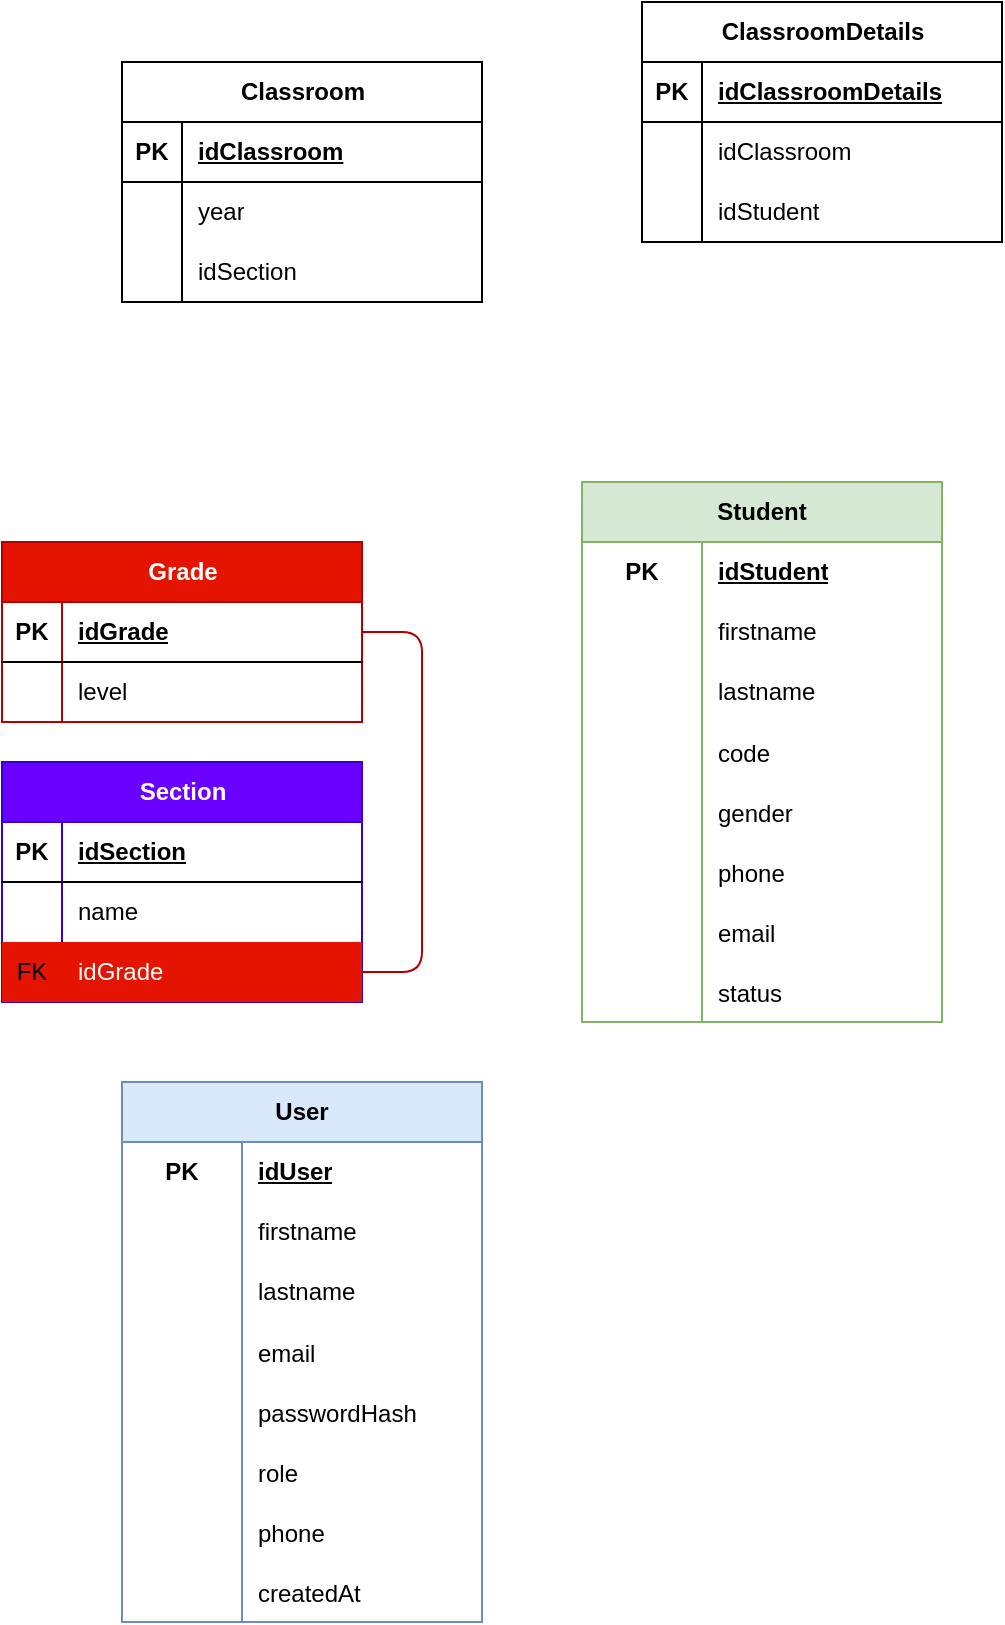
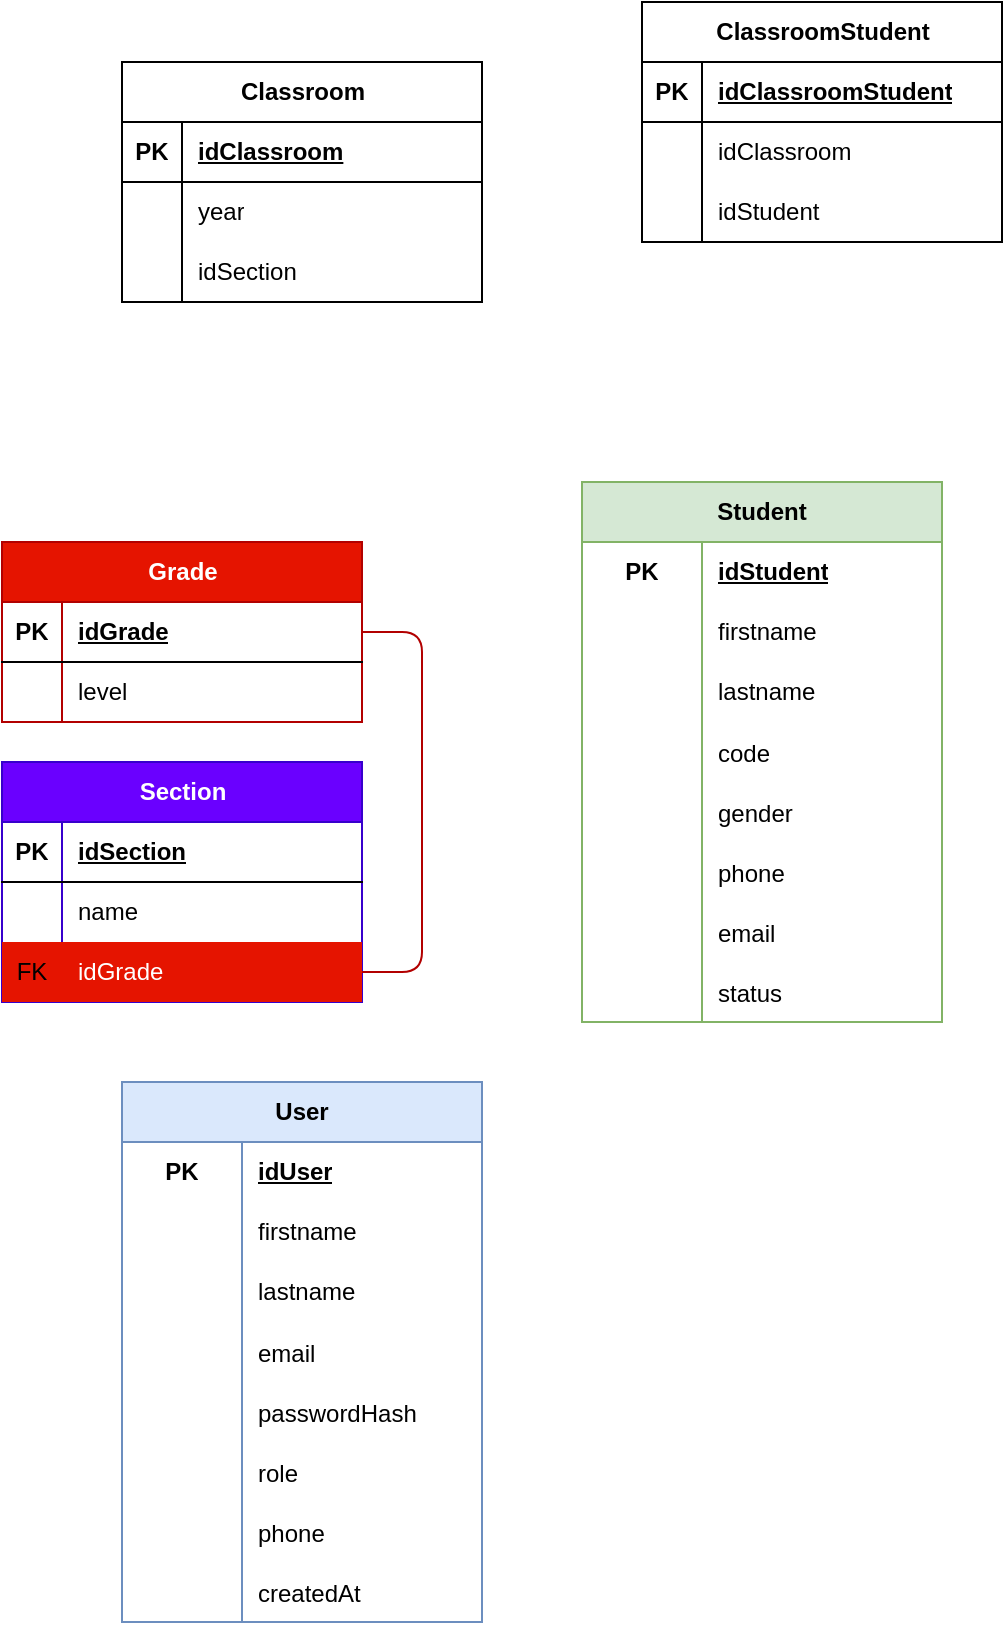
<mxfile host="65bd71144e">
    <diagram id="Q-HsFVU5apfVmzlziGbx" name="Página-1">
-         <mxGraphModel dx="937" dy="1681" grid="1" gridSize="10" guides="1" tooltips="1" connect="1" arrows="1" fold="1" page="1" pageScale="1" pageWidth="827" pageHeight="1169" math="0" shadow="0">
+         <mxGraphModel dx="923" dy="1414" grid="1" gridSize="10" guides="1" tooltips="1" connect="1" arrows="1" fold="1" page="1" pageScale="1" pageWidth="827" pageHeight="1169" math="0" shadow="0">
            <root>
                <mxCell id="0"/>
                <mxCell id="1" parent="0"/>
                <mxCell id="4" value="User" style="shape=table;startSize=30;container=1;collapsible=1;childLayout=tableLayout;fixedRows=1;rowLines=0;fontStyle=1;align=center;resizeLast=1;html=1;whiteSpace=wrap;fillColor=#dae8fc;strokeColor=#6c8ebf;" parent="1" vertex="1">
                    <mxGeometry x="70" y="480" width="180" height="270" as="geometry"/>
                </mxCell>
                <mxCell id="5" value="" style="shape=tableRow;horizontal=0;startSize=0;swimlaneHead=0;swimlaneBody=0;fillColor=none;collapsible=0;dropTarget=0;points=[[0,0.5],[1,0.5]];portConstraint=eastwest;top=0;left=0;right=0;bottom=0;html=1;" parent="4" vertex="1">
                    <mxGeometry y="30" width="180" height="30" as="geometry"/>
                </mxCell>
                <mxCell id="6" value="PK" style="shape=partialRectangle;connectable=0;fillColor=none;top=0;left=0;bottom=0;right=0;fontStyle=1;overflow=hidden;html=1;whiteSpace=wrap;" parent="5" vertex="1">
                    <mxGeometry width="60" height="30" as="geometry">
                        <mxRectangle width="60" height="30" as="alternateBounds"/>
                    </mxGeometry>
                </mxCell>
                <mxCell id="7" value="idUser" style="shape=partialRectangle;connectable=0;fillColor=none;top=0;left=0;bottom=0;right=0;align=left;spacingLeft=6;fontStyle=5;overflow=hidden;html=1;whiteSpace=wrap;" parent="5" vertex="1">
                    <mxGeometry x="60" width="120" height="30" as="geometry">
                        <mxRectangle width="120" height="30" as="alternateBounds"/>
                    </mxGeometry>
                </mxCell>
                <mxCell id="11" value="" style="shape=tableRow;horizontal=0;startSize=0;swimlaneHead=0;swimlaneBody=0;fillColor=none;collapsible=0;dropTarget=0;points=[[0,0.5],[1,0.5]];portConstraint=eastwest;top=0;left=0;right=0;bottom=0;html=1;" parent="4" vertex="1">
                    <mxGeometry y="60" width="180" height="30" as="geometry"/>
                </mxCell>
                <mxCell id="12" value="" style="shape=partialRectangle;connectable=0;fillColor=none;top=0;left=0;bottom=0;right=0;editable=1;overflow=hidden;html=1;whiteSpace=wrap;" parent="11" vertex="1">
                    <mxGeometry width="60" height="30" as="geometry">
                        <mxRectangle width="60" height="30" as="alternateBounds"/>
                    </mxGeometry>
                </mxCell>
                <mxCell id="13" value="firstname" style="shape=partialRectangle;connectable=0;fillColor=none;top=0;left=0;bottom=0;right=0;align=left;spacingLeft=6;overflow=hidden;html=1;whiteSpace=wrap;" parent="11" vertex="1">
                    <mxGeometry x="60" width="120" height="30" as="geometry">
                        <mxRectangle width="120" height="30" as="alternateBounds"/>
                    </mxGeometry>
                </mxCell>
                <mxCell id="14" value="" style="shape=tableRow;horizontal=0;startSize=0;swimlaneHead=0;swimlaneBody=0;fillColor=none;collapsible=0;dropTarget=0;points=[[0,0.5],[1,0.5]];portConstraint=eastwest;top=0;left=0;right=0;bottom=0;html=1;" parent="4" vertex="1">
                    <mxGeometry y="90" width="180" height="30" as="geometry"/>
                </mxCell>
                <mxCell id="15" value="" style="shape=partialRectangle;connectable=0;fillColor=none;top=0;left=0;bottom=0;right=0;editable=1;overflow=hidden;html=1;whiteSpace=wrap;" parent="14" vertex="1">
                    <mxGeometry width="60" height="30" as="geometry">
                        <mxRectangle width="60" height="30" as="alternateBounds"/>
                    </mxGeometry>
                </mxCell>
                <mxCell id="16" value="lastname" style="shape=partialRectangle;connectable=0;fillColor=none;top=0;left=0;bottom=0;right=0;align=left;spacingLeft=6;overflow=hidden;html=1;whiteSpace=wrap;" parent="14" vertex="1">
                    <mxGeometry x="60" width="120" height="30" as="geometry">
                        <mxRectangle width="120" height="30" as="alternateBounds"/>
                    </mxGeometry>
                </mxCell>
                <mxCell id="76" value="" style="shape=tableRow;horizontal=0;startSize=0;swimlaneHead=0;swimlaneBody=0;fillColor=none;collapsible=0;dropTarget=0;points=[[0,0.5],[1,0.5]];portConstraint=eastwest;top=0;left=0;right=0;bottom=0;" parent="4" vertex="1">
                    <mxGeometry y="120" width="180" height="30" as="geometry"/>
                </mxCell>
                <mxCell id="77" value="" style="shape=partialRectangle;connectable=0;fillColor=none;top=0;left=0;bottom=0;right=0;editable=1;overflow=hidden;" parent="76" vertex="1">
                    <mxGeometry width="60" height="30" as="geometry">
                        <mxRectangle width="60" height="30" as="alternateBounds"/>
                    </mxGeometry>
                </mxCell>
                <mxCell id="78" value="email" style="shape=partialRectangle;connectable=0;fillColor=none;top=0;left=0;bottom=0;right=0;align=left;spacingLeft=6;overflow=hidden;" parent="76" vertex="1">
                    <mxGeometry x="60" width="120" height="30" as="geometry">
                        <mxRectangle width="120" height="30" as="alternateBounds"/>
                    </mxGeometry>
                </mxCell>
                <mxCell id="79" value="" style="shape=tableRow;horizontal=0;startSize=0;swimlaneHead=0;swimlaneBody=0;fillColor=none;collapsible=0;dropTarget=0;points=[[0,0.5],[1,0.5]];portConstraint=eastwest;top=0;left=0;right=0;bottom=0;" parent="4" vertex="1">
                    <mxGeometry y="150" width="180" height="30" as="geometry"/>
                </mxCell>
                <mxCell id="80" value="" style="shape=partialRectangle;connectable=0;fillColor=none;top=0;left=0;bottom=0;right=0;editable=1;overflow=hidden;" parent="79" vertex="1">
                    <mxGeometry width="60" height="30" as="geometry">
                        <mxRectangle width="60" height="30" as="alternateBounds"/>
                    </mxGeometry>
                </mxCell>
                <mxCell id="81" value="passwordHash" style="shape=partialRectangle;connectable=0;fillColor=none;top=0;left=0;bottom=0;right=0;align=left;spacingLeft=6;overflow=hidden;" parent="79" vertex="1">
                    <mxGeometry x="60" width="120" height="30" as="geometry">
                        <mxRectangle width="120" height="30" as="alternateBounds"/>
                    </mxGeometry>
                </mxCell>
                <mxCell id="82" value="" style="shape=tableRow;horizontal=0;startSize=0;swimlaneHead=0;swimlaneBody=0;fillColor=none;collapsible=0;dropTarget=0;points=[[0,0.5],[1,0.5]];portConstraint=eastwest;top=0;left=0;right=0;bottom=0;" parent="4" vertex="1">
                    <mxGeometry y="180" width="180" height="30" as="geometry"/>
                </mxCell>
                <mxCell id="83" value="" style="shape=partialRectangle;connectable=0;fillColor=none;top=0;left=0;bottom=0;right=0;editable=1;overflow=hidden;" parent="82" vertex="1">
                    <mxGeometry width="60" height="30" as="geometry">
                        <mxRectangle width="60" height="30" as="alternateBounds"/>
                    </mxGeometry>
                </mxCell>
                <mxCell id="84" value="role" style="shape=partialRectangle;connectable=0;fillColor=none;top=0;left=0;bottom=0;right=0;align=left;spacingLeft=6;overflow=hidden;" parent="82" vertex="1">
                    <mxGeometry x="60" width="120" height="30" as="geometry">
                        <mxRectangle width="120" height="30" as="alternateBounds"/>
                    </mxGeometry>
                </mxCell>
                <mxCell id="249" value="" style="shape=tableRow;horizontal=0;startSize=0;swimlaneHead=0;swimlaneBody=0;fillColor=none;collapsible=0;dropTarget=0;points=[[0,0.5],[1,0.5]];portConstraint=eastwest;top=0;left=0;right=0;bottom=0;" parent="4" vertex="1">
                    <mxGeometry y="210" width="180" height="30" as="geometry"/>
                </mxCell>
                <mxCell id="250" value="" style="shape=partialRectangle;connectable=0;fillColor=none;top=0;left=0;bottom=0;right=0;editable=1;overflow=hidden;" parent="249" vertex="1">
                    <mxGeometry width="60" height="30" as="geometry">
                        <mxRectangle width="60" height="30" as="alternateBounds"/>
                    </mxGeometry>
                </mxCell>
                <mxCell id="251" value="phone" style="shape=partialRectangle;connectable=0;fillColor=none;top=0;left=0;bottom=0;right=0;align=left;spacingLeft=6;overflow=hidden;" parent="249" vertex="1">
                    <mxGeometry x="60" width="120" height="30" as="geometry">
                        <mxRectangle width="120" height="30" as="alternateBounds"/>
                    </mxGeometry>
                </mxCell>
                <mxCell id="85" value="" style="shape=tableRow;horizontal=0;startSize=0;swimlaneHead=0;swimlaneBody=0;fillColor=none;collapsible=0;dropTarget=0;points=[[0,0.5],[1,0.5]];portConstraint=eastwest;top=0;left=0;right=0;bottom=0;" parent="4" vertex="1">
                    <mxGeometry y="240" width="180" height="30" as="geometry"/>
                </mxCell>
                <mxCell id="86" value="" style="shape=partialRectangle;connectable=0;fillColor=none;top=0;left=0;bottom=0;right=0;editable=1;overflow=hidden;" parent="85" vertex="1">
                    <mxGeometry width="60" height="30" as="geometry">
                        <mxRectangle width="60" height="30" as="alternateBounds"/>
                    </mxGeometry>
                </mxCell>
                <mxCell id="87" value="createdAt" style="shape=partialRectangle;connectable=0;fillColor=none;top=0;left=0;bottom=0;right=0;align=left;spacingLeft=6;overflow=hidden;" parent="85" vertex="1">
                    <mxGeometry x="60" width="120" height="30" as="geometry">
                        <mxRectangle width="120" height="30" as="alternateBounds"/>
                    </mxGeometry>
                </mxCell>
                <mxCell id="17" value="Student" style="shape=table;startSize=30;container=1;collapsible=1;childLayout=tableLayout;fixedRows=1;rowLines=0;fontStyle=1;align=center;resizeLast=1;html=1;whiteSpace=wrap;fillColor=#d5e8d4;strokeColor=#82b366;" parent="1" vertex="1">
                    <mxGeometry x="300" y="180" width="180" height="270" as="geometry"/>
                </mxCell>
                <mxCell id="18" value="" style="shape=tableRow;horizontal=0;startSize=0;swimlaneHead=0;swimlaneBody=0;fillColor=none;collapsible=0;dropTarget=0;points=[[0,0.5],[1,0.5]];portConstraint=eastwest;top=0;left=0;right=0;bottom=0;html=1;" parent="17" vertex="1">
                    <mxGeometry y="30" width="180" height="30" as="geometry"/>
                </mxCell>
                <mxCell id="19" value="PK" style="shape=partialRectangle;connectable=0;fillColor=none;top=0;left=0;bottom=0;right=0;fontStyle=1;overflow=hidden;html=1;whiteSpace=wrap;" parent="18" vertex="1">
                    <mxGeometry width="60" height="30" as="geometry">
                        <mxRectangle width="60" height="30" as="alternateBounds"/>
                    </mxGeometry>
                </mxCell>
                <mxCell id="20" value="idStudent" style="shape=partialRectangle;connectable=0;fillColor=none;top=0;left=0;bottom=0;right=0;align=left;spacingLeft=6;fontStyle=5;overflow=hidden;html=1;whiteSpace=wrap;" parent="18" vertex="1">
                    <mxGeometry x="60" width="120" height="30" as="geometry">
                        <mxRectangle width="120" height="30" as="alternateBounds"/>
                    </mxGeometry>
                </mxCell>
                <mxCell id="21" value="" style="shape=tableRow;horizontal=0;startSize=0;swimlaneHead=0;swimlaneBody=0;fillColor=none;collapsible=0;dropTarget=0;points=[[0,0.5],[1,0.5]];portConstraint=eastwest;top=0;left=0;right=0;bottom=0;html=1;" parent="17" vertex="1">
                    <mxGeometry y="60" width="180" height="30" as="geometry"/>
                </mxCell>
                <mxCell id="22" value="" style="shape=partialRectangle;connectable=0;fillColor=none;top=0;left=0;bottom=0;right=0;editable=1;overflow=hidden;html=1;whiteSpace=wrap;" parent="21" vertex="1">
                    <mxGeometry width="60" height="30" as="geometry">
                        <mxRectangle width="60" height="30" as="alternateBounds"/>
                    </mxGeometry>
                </mxCell>
                <mxCell id="23" value="firstname" style="shape=partialRectangle;connectable=0;fillColor=none;top=0;left=0;bottom=0;right=0;align=left;spacingLeft=6;overflow=hidden;html=1;whiteSpace=wrap;" parent="21" vertex="1">
                    <mxGeometry x="60" width="120" height="30" as="geometry">
                        <mxRectangle width="120" height="30" as="alternateBounds"/>
                    </mxGeometry>
                </mxCell>
                <mxCell id="24" value="" style="shape=tableRow;horizontal=0;startSize=0;swimlaneHead=0;swimlaneBody=0;fillColor=none;collapsible=0;dropTarget=0;points=[[0,0.5],[1,0.5]];portConstraint=eastwest;top=0;left=0;right=0;bottom=0;html=1;" parent="17" vertex="1">
                    <mxGeometry y="90" width="180" height="30" as="geometry"/>
                </mxCell>
                <mxCell id="25" value="" style="shape=partialRectangle;connectable=0;fillColor=none;top=0;left=0;bottom=0;right=0;editable=1;overflow=hidden;html=1;whiteSpace=wrap;" parent="24" vertex="1">
                    <mxGeometry width="60" height="30" as="geometry">
                        <mxRectangle width="60" height="30" as="alternateBounds"/>
                    </mxGeometry>
                </mxCell>
                <mxCell id="26" value="lastname" style="shape=partialRectangle;connectable=0;fillColor=none;top=0;left=0;bottom=0;right=0;align=left;spacingLeft=6;overflow=hidden;html=1;whiteSpace=wrap;" parent="24" vertex="1">
                    <mxGeometry x="60" width="120" height="30" as="geometry">
                        <mxRectangle width="120" height="30" as="alternateBounds"/>
                    </mxGeometry>
                </mxCell>
                <mxCell id="91" value="" style="shape=tableRow;horizontal=0;startSize=0;swimlaneHead=0;swimlaneBody=0;fillColor=none;collapsible=0;dropTarget=0;points=[[0,0.5],[1,0.5]];portConstraint=eastwest;top=0;left=0;right=0;bottom=0;" parent="17" vertex="1">
                    <mxGeometry y="120" width="180" height="30" as="geometry"/>
                </mxCell>
                <mxCell id="92" value="" style="shape=partialRectangle;connectable=0;fillColor=none;top=0;left=0;bottom=0;right=0;editable=1;overflow=hidden;" parent="91" vertex="1">
                    <mxGeometry width="60" height="30" as="geometry">
                        <mxRectangle width="60" height="30" as="alternateBounds"/>
                    </mxGeometry>
                </mxCell>
                <mxCell id="93" value="code" style="shape=partialRectangle;connectable=0;fillColor=none;top=0;left=0;bottom=0;right=0;align=left;spacingLeft=6;overflow=hidden;" parent="91" vertex="1">
                    <mxGeometry x="60" width="120" height="30" as="geometry">
                        <mxRectangle width="120" height="30" as="alternateBounds"/>
                    </mxGeometry>
                </mxCell>
                <mxCell id="258" value="" style="shape=tableRow;horizontal=0;startSize=0;swimlaneHead=0;swimlaneBody=0;fillColor=none;collapsible=0;dropTarget=0;points=[[0,0.5],[1,0.5]];portConstraint=eastwest;top=0;left=0;right=0;bottom=0;" parent="17" vertex="1">
                    <mxGeometry y="150" width="180" height="30" as="geometry"/>
                </mxCell>
                <mxCell id="259" value="" style="shape=partialRectangle;connectable=0;fillColor=none;top=0;left=0;bottom=0;right=0;editable=1;overflow=hidden;" parent="258" vertex="1">
                    <mxGeometry width="60" height="30" as="geometry">
                        <mxRectangle width="60" height="30" as="alternateBounds"/>
                    </mxGeometry>
                </mxCell>
                <mxCell id="260" value="gender" style="shape=partialRectangle;connectable=0;fillColor=none;top=0;left=0;bottom=0;right=0;align=left;spacingLeft=6;overflow=hidden;" parent="258" vertex="1">
                    <mxGeometry x="60" width="120" height="30" as="geometry">
                        <mxRectangle width="120" height="30" as="alternateBounds"/>
                    </mxGeometry>
                </mxCell>
                <mxCell id="252" value="" style="shape=tableRow;horizontal=0;startSize=0;swimlaneHead=0;swimlaneBody=0;fillColor=none;collapsible=0;dropTarget=0;points=[[0,0.5],[1,0.5]];portConstraint=eastwest;top=0;left=0;right=0;bottom=0;" parent="17" vertex="1">
                    <mxGeometry y="180" width="180" height="30" as="geometry"/>
                </mxCell>
                <mxCell id="253" value="" style="shape=partialRectangle;connectable=0;fillColor=none;top=0;left=0;bottom=0;right=0;editable=1;overflow=hidden;" parent="252" vertex="1">
                    <mxGeometry width="60" height="30" as="geometry">
                        <mxRectangle width="60" height="30" as="alternateBounds"/>
                    </mxGeometry>
                </mxCell>
                <mxCell id="254" value="phone" style="shape=partialRectangle;connectable=0;fillColor=none;top=0;left=0;bottom=0;right=0;align=left;spacingLeft=6;overflow=hidden;" parent="252" vertex="1">
                    <mxGeometry x="60" width="120" height="30" as="geometry">
                        <mxRectangle width="120" height="30" as="alternateBounds"/>
                    </mxGeometry>
                </mxCell>
                <mxCell id="255" value="" style="shape=tableRow;horizontal=0;startSize=0;swimlaneHead=0;swimlaneBody=0;fillColor=none;collapsible=0;dropTarget=0;points=[[0,0.5],[1,0.5]];portConstraint=eastwest;top=0;left=0;right=0;bottom=0;" parent="17" vertex="1">
                    <mxGeometry y="210" width="180" height="30" as="geometry"/>
                </mxCell>
                <mxCell id="256" value="" style="shape=partialRectangle;connectable=0;fillColor=none;top=0;left=0;bottom=0;right=0;editable=1;overflow=hidden;" parent="255" vertex="1">
                    <mxGeometry width="60" height="30" as="geometry">
                        <mxRectangle width="60" height="30" as="alternateBounds"/>
                    </mxGeometry>
                </mxCell>
                <mxCell id="257" value="email" style="shape=partialRectangle;connectable=0;fillColor=none;top=0;left=0;bottom=0;right=0;align=left;spacingLeft=6;overflow=hidden;" parent="255" vertex="1">
                    <mxGeometry x="60" width="120" height="30" as="geometry">
                        <mxRectangle width="120" height="30" as="alternateBounds"/>
                    </mxGeometry>
                </mxCell>
                <mxCell id="88" value="" style="shape=tableRow;horizontal=0;startSize=0;swimlaneHead=0;swimlaneBody=0;fillColor=none;collapsible=0;dropTarget=0;points=[[0,0.5],[1,0.5]];portConstraint=eastwest;top=0;left=0;right=0;bottom=0;" parent="17" vertex="1">
                    <mxGeometry y="240" width="180" height="30" as="geometry"/>
                </mxCell>
                <mxCell id="89" value="" style="shape=partialRectangle;connectable=0;fillColor=none;top=0;left=0;bottom=0;right=0;editable=1;overflow=hidden;" parent="88" vertex="1">
                    <mxGeometry width="60" height="30" as="geometry">
                        <mxRectangle width="60" height="30" as="alternateBounds"/>
                    </mxGeometry>
                </mxCell>
                <mxCell id="90" value="status" style="shape=partialRectangle;connectable=0;fillColor=none;top=0;left=0;bottom=0;right=0;align=left;spacingLeft=6;overflow=hidden;" parent="88" vertex="1">
                    <mxGeometry x="60" width="120" height="30" as="geometry">
                        <mxRectangle width="120" height="30" as="alternateBounds"/>
                    </mxGeometry>
                </mxCell>
                <mxCell id="193" value="Grade" style="shape=table;startSize=30;container=1;collapsible=1;childLayout=tableLayout;fixedRows=1;rowLines=0;fontStyle=1;align=center;resizeLast=1;html=1;fillColor=#e51400;fontColor=#ffffff;strokeColor=#B20000;" parent="1" vertex="1">
                    <mxGeometry x="10" y="210" width="180" height="90" as="geometry"/>
                </mxCell>
                <mxCell id="194" value="" style="shape=tableRow;horizontal=0;startSize=0;swimlaneHead=0;swimlaneBody=0;fillColor=none;collapsible=0;dropTarget=0;points=[[0,0.5],[1,0.5]];portConstraint=eastwest;top=0;left=0;right=0;bottom=1;" parent="193" vertex="1">
                    <mxGeometry y="30" width="180" height="30" as="geometry"/>
                </mxCell>
                <mxCell id="195" value="PK" style="shape=partialRectangle;connectable=0;fillColor=none;top=0;left=0;bottom=0;right=0;fontStyle=1;overflow=hidden;whiteSpace=wrap;html=1;" parent="194" vertex="1">
                    <mxGeometry width="30" height="30" as="geometry">
                        <mxRectangle width="30" height="30" as="alternateBounds"/>
                    </mxGeometry>
                </mxCell>
                <mxCell id="196" value="idGrade" style="shape=partialRectangle;connectable=0;fillColor=none;top=0;left=0;bottom=0;right=0;align=left;spacingLeft=6;fontStyle=5;overflow=hidden;whiteSpace=wrap;html=1;" parent="194" vertex="1">
                    <mxGeometry x="30" width="150" height="30" as="geometry">
                        <mxRectangle width="150" height="30" as="alternateBounds"/>
                    </mxGeometry>
                </mxCell>
                <mxCell id="197" value="" style="shape=tableRow;horizontal=0;startSize=0;swimlaneHead=0;swimlaneBody=0;fillColor=none;collapsible=0;dropTarget=0;points=[[0,0.5],[1,0.5]];portConstraint=eastwest;top=0;left=0;right=0;bottom=0;" parent="193" vertex="1">
                    <mxGeometry y="60" width="180" height="30" as="geometry"/>
                </mxCell>
                <mxCell id="198" value="" style="shape=partialRectangle;connectable=0;fillColor=none;top=0;left=0;bottom=0;right=0;editable=1;overflow=hidden;whiteSpace=wrap;html=1;" parent="197" vertex="1">
                    <mxGeometry width="30" height="30" as="geometry">
                        <mxRectangle width="30" height="30" as="alternateBounds"/>
                    </mxGeometry>
                </mxCell>
                <mxCell id="199" value="level" style="shape=partialRectangle;connectable=0;fillColor=none;top=0;left=0;bottom=0;right=0;align=left;spacingLeft=6;overflow=hidden;whiteSpace=wrap;html=1;" parent="197" vertex="1">
                    <mxGeometry x="30" width="150" height="30" as="geometry">
                        <mxRectangle width="150" height="30" as="alternateBounds"/>
                    </mxGeometry>
                </mxCell>
                <mxCell id="206" value="Section" style="shape=table;startSize=30;container=1;collapsible=1;childLayout=tableLayout;fixedRows=1;rowLines=0;fontStyle=1;align=center;resizeLast=1;html=1;fillColor=#6a00ff;fontColor=#ffffff;strokeColor=#3700CC;" parent="1" vertex="1">
                    <mxGeometry x="10" y="320" width="180" height="120" as="geometry"/>
                </mxCell>
                <mxCell id="207" value="" style="shape=tableRow;horizontal=0;startSize=0;swimlaneHead=0;swimlaneBody=0;fillColor=none;collapsible=0;dropTarget=0;points=[[0,0.5],[1,0.5]];portConstraint=eastwest;top=0;left=0;right=0;bottom=1;" parent="206" vertex="1">
                    <mxGeometry y="30" width="180" height="30" as="geometry"/>
                </mxCell>
                <mxCell id="208" value="PK" style="shape=partialRectangle;connectable=0;fillColor=none;top=0;left=0;bottom=0;right=0;fontStyle=1;overflow=hidden;whiteSpace=wrap;html=1;" parent="207" vertex="1">
                    <mxGeometry width="30" height="30" as="geometry">
                        <mxRectangle width="30" height="30" as="alternateBounds"/>
                    </mxGeometry>
                </mxCell>
                <mxCell id="209" value="idSection" style="shape=partialRectangle;connectable=0;fillColor=none;top=0;left=0;bottom=0;right=0;align=left;spacingLeft=6;fontStyle=5;overflow=hidden;whiteSpace=wrap;html=1;" parent="207" vertex="1">
                    <mxGeometry x="30" width="150" height="30" as="geometry">
                        <mxRectangle width="150" height="30" as="alternateBounds"/>
                    </mxGeometry>
                </mxCell>
                <mxCell id="210" value="" style="shape=tableRow;horizontal=0;startSize=0;swimlaneHead=0;swimlaneBody=0;fillColor=none;collapsible=0;dropTarget=0;points=[[0,0.5],[1,0.5]];portConstraint=eastwest;top=0;left=0;right=0;bottom=0;" parent="206" vertex="1">
                    <mxGeometry y="60" width="180" height="30" as="geometry"/>
                </mxCell>
                <mxCell id="211" value="" style="shape=partialRectangle;connectable=0;fillColor=none;top=0;left=0;bottom=0;right=0;editable=1;overflow=hidden;whiteSpace=wrap;html=1;" parent="210" vertex="1">
                    <mxGeometry width="30" height="30" as="geometry">
                        <mxRectangle width="30" height="30" as="alternateBounds"/>
                    </mxGeometry>
                </mxCell>
                <mxCell id="212" value="name" style="shape=partialRectangle;connectable=0;fillColor=none;top=0;left=0;bottom=0;right=0;align=left;spacingLeft=6;overflow=hidden;whiteSpace=wrap;html=1;" parent="210" vertex="1">
                    <mxGeometry x="30" width="150" height="30" as="geometry">
                        <mxRectangle width="150" height="30" as="alternateBounds"/>
                    </mxGeometry>
                </mxCell>
                <mxCell id="230" value="" style="shape=tableRow;horizontal=0;startSize=0;swimlaneHead=0;swimlaneBody=0;fillColor=#e51400;collapsible=0;dropTarget=0;points=[[0,0.5],[1,0.5]];portConstraint=eastwest;top=0;left=0;right=0;bottom=0;fontColor=#ffffff;strokeColor=#B20000;" parent="206" vertex="1">
                    <mxGeometry y="90" width="180" height="30" as="geometry"/>
                </mxCell>
                <mxCell id="231" value="FK" style="shape=partialRectangle;connectable=0;fillColor=none;top=0;left=0;bottom=0;right=0;fontStyle=0;overflow=hidden;whiteSpace=wrap;html=1;" parent="230" vertex="1">
                    <mxGeometry width="30" height="30" as="geometry">
                        <mxRectangle width="30" height="30" as="alternateBounds"/>
                    </mxGeometry>
                </mxCell>
                <mxCell id="232" value="idGrade" style="shape=partialRectangle;connectable=0;fillColor=#e51400;top=0;left=0;bottom=0;right=0;align=left;spacingLeft=6;fontStyle=0;overflow=hidden;whiteSpace=wrap;html=1;fontColor=#ffffff;strokeColor=#B20000;" parent="230" vertex="1">
                    <mxGeometry x="30" width="150" height="30" as="geometry">
                        <mxRectangle width="150" height="30" as="alternateBounds"/>
                    </mxGeometry>
                </mxCell>
                <mxCell id="229" value="" style="endArrow=none;html=1;entryX=1;entryY=0.5;entryDx=0;entryDy=0;exitX=1;exitY=0.5;exitDx=0;exitDy=0;fillColor=#e51400;strokeColor=#B20000;" parent="1" source="230" target="194" edge="1">
                    <mxGeometry width="50" height="50" relative="1" as="geometry">
                        <mxPoint x="260" y="344" as="sourcePoint"/>
                        <mxPoint x="170" y="130" as="targetPoint"/>
                        <Array as="points">
                            <mxPoint x="220" y="425"/>
                            <mxPoint x="220" y="255"/>
                        </Array>
                    </mxGeometry>
                </mxCell>
-                 <mxCell id="261" value="Classroom" style="shape=table;startSize=30;container=1;collapsible=1;childLayout=tableLayout;fixedRows=1;rowLines=0;fontStyle=1;align=center;resizeLast=1;html=1;" vertex="1" parent="1">
+                 <mxCell id="261" value="Classroom" style="shape=table;startSize=30;container=1;collapsible=1;childLayout=tableLayout;fixedRows=1;rowLines=0;fontStyle=1;align=center;resizeLast=1;html=1;" parent="1" vertex="1">
                    <mxGeometry x="70" y="-30" width="180" height="120" as="geometry"/>
                </mxCell>
-                 <mxCell id="262" value="" style="shape=tableRow;horizontal=0;startSize=0;swimlaneHead=0;swimlaneBody=0;fillColor=none;collapsible=0;dropTarget=0;points=[[0,0.5],[1,0.5]];portConstraint=eastwest;top=0;left=0;right=0;bottom=1;" vertex="1" parent="261">
-                     <mxGeometry y="30" width="180" height="30" as="geometry"/>
-                 </mxCell>
-                 <mxCell id="263" value="PK" style="shape=partialRectangle;connectable=0;fillColor=none;top=0;left=0;bottom=0;right=0;fontStyle=1;overflow=hidden;whiteSpace=wrap;html=1;" vertex="1" parent="262">
-                     <mxGeometry width="30" height="30" as="geometry">
-                         <mxRectangle width="30" height="30" as="alternateBounds"/>
-                     </mxGeometry>
-                 </mxCell>
-                 <mxCell id="264" value="idClassroom" style="shape=partialRectangle;connectable=0;fillColor=none;top=0;left=0;bottom=0;right=0;align=left;spacingLeft=6;fontStyle=5;overflow=hidden;whiteSpace=wrap;html=1;" vertex="1" parent="262">
-                     <mxGeometry x="30" width="150" height="30" as="geometry">
-                         <mxRectangle width="150" height="30" as="alternateBounds"/>
-                     </mxGeometry>
-                 </mxCell>
-                 <mxCell id="265" value="" style="shape=tableRow;horizontal=0;startSize=0;swimlaneHead=0;swimlaneBody=0;fillColor=none;collapsible=0;dropTarget=0;points=[[0,0.5],[1,0.5]];portConstraint=eastwest;top=0;left=0;right=0;bottom=0;" vertex="1" parent="261">
-                     <mxGeometry y="60" width="180" height="30" as="geometry"/>
-                 </mxCell>
-                 <mxCell id="266" value="" style="shape=partialRectangle;connectable=0;fillColor=none;top=0;left=0;bottom=0;right=0;editable=1;overflow=hidden;whiteSpace=wrap;html=1;" vertex="1" parent="265">
-                     <mxGeometry width="30" height="30" as="geometry">
-                         <mxRectangle width="30" height="30" as="alternateBounds"/>
-                     </mxGeometry>
-                 </mxCell>
-                 <mxCell id="267" value="year" style="shape=partialRectangle;connectable=0;fillColor=none;top=0;left=0;bottom=0;right=0;align=left;spacingLeft=6;overflow=hidden;whiteSpace=wrap;html=1;" vertex="1" parent="265">
-                     <mxGeometry x="30" width="150" height="30" as="geometry">
-                         <mxRectangle width="150" height="30" as="alternateBounds"/>
-                     </mxGeometry>
-                 </mxCell>
-                 <mxCell id="268" value="" style="shape=tableRow;horizontal=0;startSize=0;swimlaneHead=0;swimlaneBody=0;fillColor=none;collapsible=0;dropTarget=0;points=[[0,0.5],[1,0.5]];portConstraint=eastwest;top=0;left=0;right=0;bottom=0;" vertex="1" parent="261">
-                     <mxGeometry y="90" width="180" height="30" as="geometry"/>
-                 </mxCell>
-                 <mxCell id="269" value="" style="shape=partialRectangle;connectable=0;fillColor=none;top=0;left=0;bottom=0;right=0;editable=1;overflow=hidden;whiteSpace=wrap;html=1;" vertex="1" parent="268">
-                     <mxGeometry width="30" height="30" as="geometry">
-                         <mxRectangle width="30" height="30" as="alternateBounds"/>
-                     </mxGeometry>
-                 </mxCell>
-                 <mxCell id="270" value="idSection" style="shape=partialRectangle;connectable=0;fillColor=none;top=0;left=0;bottom=0;right=0;align=left;spacingLeft=6;overflow=hidden;whiteSpace=wrap;html=1;" vertex="1" parent="268">
-                     <mxGeometry x="30" width="150" height="30" as="geometry">
-                         <mxRectangle width="150" height="30" as="alternateBounds"/>
-                     </mxGeometry>
-                 </mxCell>
-                 <mxCell id="274" value="ClassroomDetails" style="shape=table;startSize=30;container=1;collapsible=1;childLayout=tableLayout;fixedRows=1;rowLines=0;fontStyle=1;align=center;resizeLast=1;html=1;" vertex="1" parent="1">
+                 <mxCell id="262" value="" style="shape=tableRow;horizontal=0;startSize=0;swimlaneHead=0;swimlaneBody=0;fillColor=none;collapsible=0;dropTarget=0;points=[[0,0.5],[1,0.5]];portConstraint=eastwest;top=0;left=0;right=0;bottom=1;" parent="261" vertex="1">
+                     <mxGeometry y="30" width="180" height="30" as="geometry"/>
+                 </mxCell>
+                 <mxCell id="263" value="PK" style="shape=partialRectangle;connectable=0;fillColor=none;top=0;left=0;bottom=0;right=0;fontStyle=1;overflow=hidden;whiteSpace=wrap;html=1;" parent="262" vertex="1">
+                     <mxGeometry width="30" height="30" as="geometry">
+                         <mxRectangle width="30" height="30" as="alternateBounds"/>
+                     </mxGeometry>
+                 </mxCell>
+                 <mxCell id="264" value="idClassroom" style="shape=partialRectangle;connectable=0;fillColor=none;top=0;left=0;bottom=0;right=0;align=left;spacingLeft=6;fontStyle=5;overflow=hidden;whiteSpace=wrap;html=1;" parent="262" vertex="1">
+                     <mxGeometry x="30" width="150" height="30" as="geometry">
+                         <mxRectangle width="150" height="30" as="alternateBounds"/>
+                     </mxGeometry>
+                 </mxCell>
+                 <mxCell id="265" value="" style="shape=tableRow;horizontal=0;startSize=0;swimlaneHead=0;swimlaneBody=0;fillColor=none;collapsible=0;dropTarget=0;points=[[0,0.5],[1,0.5]];portConstraint=eastwest;top=0;left=0;right=0;bottom=0;" parent="261" vertex="1">
+                     <mxGeometry y="60" width="180" height="30" as="geometry"/>
+                 </mxCell>
+                 <mxCell id="266" value="" style="shape=partialRectangle;connectable=0;fillColor=none;top=0;left=0;bottom=0;right=0;editable=1;overflow=hidden;whiteSpace=wrap;html=1;" parent="265" vertex="1">
+                     <mxGeometry width="30" height="30" as="geometry">
+                         <mxRectangle width="30" height="30" as="alternateBounds"/>
+                     </mxGeometry>
+                 </mxCell>
+                 <mxCell id="267" value="year" style="shape=partialRectangle;connectable=0;fillColor=none;top=0;left=0;bottom=0;right=0;align=left;spacingLeft=6;overflow=hidden;whiteSpace=wrap;html=1;" parent="265" vertex="1">
+                     <mxGeometry x="30" width="150" height="30" as="geometry">
+                         <mxRectangle width="150" height="30" as="alternateBounds"/>
+                     </mxGeometry>
+                 </mxCell>
+                 <mxCell id="268" value="" style="shape=tableRow;horizontal=0;startSize=0;swimlaneHead=0;swimlaneBody=0;fillColor=none;collapsible=0;dropTarget=0;points=[[0,0.5],[1,0.5]];portConstraint=eastwest;top=0;left=0;right=0;bottom=0;" parent="261" vertex="1">
+                     <mxGeometry y="90" width="180" height="30" as="geometry"/>
+                 </mxCell>
+                 <mxCell id="269" value="" style="shape=partialRectangle;connectable=0;fillColor=none;top=0;left=0;bottom=0;right=0;editable=1;overflow=hidden;whiteSpace=wrap;html=1;" parent="268" vertex="1">
+                     <mxGeometry width="30" height="30" as="geometry">
+                         <mxRectangle width="30" height="30" as="alternateBounds"/>
+                     </mxGeometry>
+                 </mxCell>
+                 <mxCell id="270" value="idSection" style="shape=partialRectangle;connectable=0;fillColor=none;top=0;left=0;bottom=0;right=0;align=left;spacingLeft=6;overflow=hidden;whiteSpace=wrap;html=1;" parent="268" vertex="1">
+                     <mxGeometry x="30" width="150" height="30" as="geometry">
+                         <mxRectangle width="150" height="30" as="alternateBounds"/>
+                     </mxGeometry>
+                 </mxCell>
+                 <mxCell id="274" value="ClassroomStudent" style="shape=table;startSize=30;container=1;collapsible=1;childLayout=tableLayout;fixedRows=1;rowLines=0;fontStyle=1;align=center;resizeLast=1;html=1;" parent="1" vertex="1">
                    <mxGeometry x="330" y="-60" width="180" height="120" as="geometry"/>
                </mxCell>
-                 <mxCell id="275" value="" style="shape=tableRow;horizontal=0;startSize=0;swimlaneHead=0;swimlaneBody=0;fillColor=none;collapsible=0;dropTarget=0;points=[[0,0.5],[1,0.5]];portConstraint=eastwest;top=0;left=0;right=0;bottom=1;" vertex="1" parent="274">
-                     <mxGeometry y="30" width="180" height="30" as="geometry"/>
-                 </mxCell>
-                 <mxCell id="276" value="PK" style="shape=partialRectangle;connectable=0;fillColor=none;top=0;left=0;bottom=0;right=0;fontStyle=1;overflow=hidden;whiteSpace=wrap;html=1;" vertex="1" parent="275">
-                     <mxGeometry width="30" height="30" as="geometry">
-                         <mxRectangle width="30" height="30" as="alternateBounds"/>
-                     </mxGeometry>
-                 </mxCell>
-                 <mxCell id="277" value="idClassroomDetails" style="shape=partialRectangle;connectable=0;fillColor=none;top=0;left=0;bottom=0;right=0;align=left;spacingLeft=6;fontStyle=5;overflow=hidden;whiteSpace=wrap;html=1;" vertex="1" parent="275">
-                     <mxGeometry x="30" width="150" height="30" as="geometry">
-                         <mxRectangle width="150" height="30" as="alternateBounds"/>
-                     </mxGeometry>
-                 </mxCell>
-                 <mxCell id="278" value="" style="shape=tableRow;horizontal=0;startSize=0;swimlaneHead=0;swimlaneBody=0;fillColor=none;collapsible=0;dropTarget=0;points=[[0,0.5],[1,0.5]];portConstraint=eastwest;top=0;left=0;right=0;bottom=0;" vertex="1" parent="274">
-                     <mxGeometry y="60" width="180" height="30" as="geometry"/>
-                 </mxCell>
-                 <mxCell id="279" value="" style="shape=partialRectangle;connectable=0;fillColor=none;top=0;left=0;bottom=0;right=0;editable=1;overflow=hidden;whiteSpace=wrap;html=1;" vertex="1" parent="278">
-                     <mxGeometry width="30" height="30" as="geometry">
-                         <mxRectangle width="30" height="30" as="alternateBounds"/>
-                     </mxGeometry>
-                 </mxCell>
-                 <mxCell id="280" value="idClassroom" style="shape=partialRectangle;connectable=0;fillColor=none;top=0;left=0;bottom=0;right=0;align=left;spacingLeft=6;overflow=hidden;whiteSpace=wrap;html=1;" vertex="1" parent="278">
-                     <mxGeometry x="30" width="150" height="30" as="geometry">
-                         <mxRectangle width="150" height="30" as="alternateBounds"/>
-                     </mxGeometry>
-                 </mxCell>
-                 <mxCell id="281" value="" style="shape=tableRow;horizontal=0;startSize=0;swimlaneHead=0;swimlaneBody=0;fillColor=none;collapsible=0;dropTarget=0;points=[[0,0.5],[1,0.5]];portConstraint=eastwest;top=0;left=0;right=0;bottom=0;" vertex="1" parent="274">
-                     <mxGeometry y="90" width="180" height="30" as="geometry"/>
-                 </mxCell>
-                 <mxCell id="282" value="" style="shape=partialRectangle;connectable=0;fillColor=none;top=0;left=0;bottom=0;right=0;editable=1;overflow=hidden;whiteSpace=wrap;html=1;" vertex="1" parent="281">
-                     <mxGeometry width="30" height="30" as="geometry">
-                         <mxRectangle width="30" height="30" as="alternateBounds"/>
-                     </mxGeometry>
-                 </mxCell>
-                 <mxCell id="283" value="idStudent" style="shape=partialRectangle;connectable=0;fillColor=none;top=0;left=0;bottom=0;right=0;align=left;spacingLeft=6;overflow=hidden;whiteSpace=wrap;html=1;" vertex="1" parent="281">
+                 <mxCell id="275" value="" style="shape=tableRow;horizontal=0;startSize=0;swimlaneHead=0;swimlaneBody=0;fillColor=none;collapsible=0;dropTarget=0;points=[[0,0.5],[1,0.5]];portConstraint=eastwest;top=0;left=0;right=0;bottom=1;" parent="274" vertex="1">
+                     <mxGeometry y="30" width="180" height="30" as="geometry"/>
+                 </mxCell>
+                 <mxCell id="276" value="PK" style="shape=partialRectangle;connectable=0;fillColor=none;top=0;left=0;bottom=0;right=0;fontStyle=1;overflow=hidden;whiteSpace=wrap;html=1;" parent="275" vertex="1">
+                     <mxGeometry width="30" height="30" as="geometry">
+                         <mxRectangle width="30" height="30" as="alternateBounds"/>
+                     </mxGeometry>
+                 </mxCell>
+                 <mxCell id="277" value="idClassroomStudent" style="shape=partialRectangle;connectable=0;fillColor=none;top=0;left=0;bottom=0;right=0;align=left;spacingLeft=6;fontStyle=5;overflow=hidden;whiteSpace=wrap;html=1;" parent="275" vertex="1">
+                     <mxGeometry x="30" width="150" height="30" as="geometry">
+                         <mxRectangle width="150" height="30" as="alternateBounds"/>
+                     </mxGeometry>
+                 </mxCell>
+                 <mxCell id="278" value="" style="shape=tableRow;horizontal=0;startSize=0;swimlaneHead=0;swimlaneBody=0;fillColor=none;collapsible=0;dropTarget=0;points=[[0,0.5],[1,0.5]];portConstraint=eastwest;top=0;left=0;right=0;bottom=0;" parent="274" vertex="1">
+                     <mxGeometry y="60" width="180" height="30" as="geometry"/>
+                 </mxCell>
+                 <mxCell id="279" value="" style="shape=partialRectangle;connectable=0;fillColor=none;top=0;left=0;bottom=0;right=0;editable=1;overflow=hidden;whiteSpace=wrap;html=1;" parent="278" vertex="1">
+                     <mxGeometry width="30" height="30" as="geometry">
+                         <mxRectangle width="30" height="30" as="alternateBounds"/>
+                     </mxGeometry>
+                 </mxCell>
+                 <mxCell id="280" value="idClassroom" style="shape=partialRectangle;connectable=0;fillColor=none;top=0;left=0;bottom=0;right=0;align=left;spacingLeft=6;overflow=hidden;whiteSpace=wrap;html=1;" parent="278" vertex="1">
+                     <mxGeometry x="30" width="150" height="30" as="geometry">
+                         <mxRectangle width="150" height="30" as="alternateBounds"/>
+                     </mxGeometry>
+                 </mxCell>
+                 <mxCell id="281" value="" style="shape=tableRow;horizontal=0;startSize=0;swimlaneHead=0;swimlaneBody=0;fillColor=none;collapsible=0;dropTarget=0;points=[[0,0.5],[1,0.5]];portConstraint=eastwest;top=0;left=0;right=0;bottom=0;" parent="274" vertex="1">
+                     <mxGeometry y="90" width="180" height="30" as="geometry"/>
+                 </mxCell>
+                 <mxCell id="282" value="" style="shape=partialRectangle;connectable=0;fillColor=none;top=0;left=0;bottom=0;right=0;editable=1;overflow=hidden;whiteSpace=wrap;html=1;" parent="281" vertex="1">
+                     <mxGeometry width="30" height="30" as="geometry">
+                         <mxRectangle width="30" height="30" as="alternateBounds"/>
+                     </mxGeometry>
+                 </mxCell>
+                 <mxCell id="283" value="idStudent" style="shape=partialRectangle;connectable=0;fillColor=none;top=0;left=0;bottom=0;right=0;align=left;spacingLeft=6;overflow=hidden;whiteSpace=wrap;html=1;" parent="281" vertex="1">
                    <mxGeometry x="30" width="150" height="30" as="geometry">
                        <mxRectangle width="150" height="30" as="alternateBounds"/>
                    </mxGeometry>
                </mxCell>
            </root>
        </mxGraphModel>
    </diagram>
</mxfile>